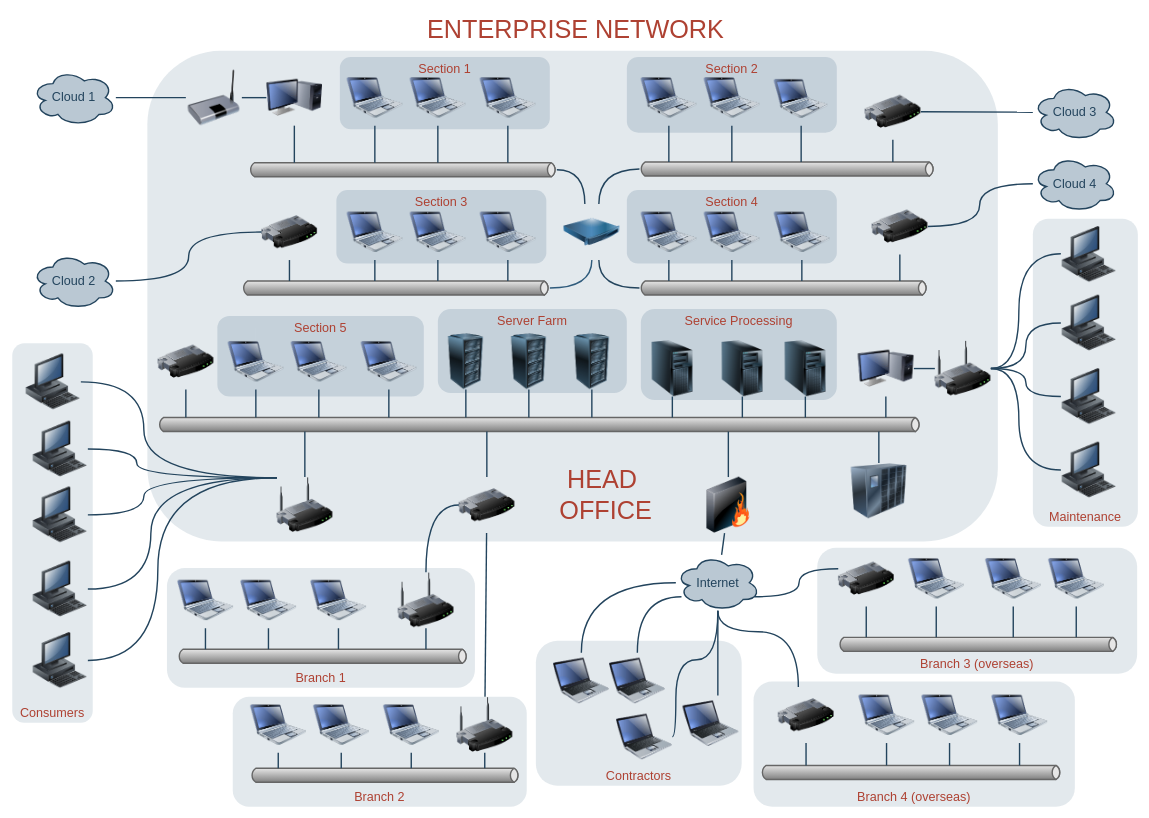
This is Untitled Diagram.drawio from MAGE-IT/Secure-Perimeter-Network-Design-Diagram, a draw.io file, before an edit. Source tidied: cells renumbered, new cells numbered last; positions are measured from the earlier drawing's top-left corner, leaving out a move shared by most shapes. Both pictures are drawn from the tidied source at 70%, with x=0, y=0 at pixel (12, 12).
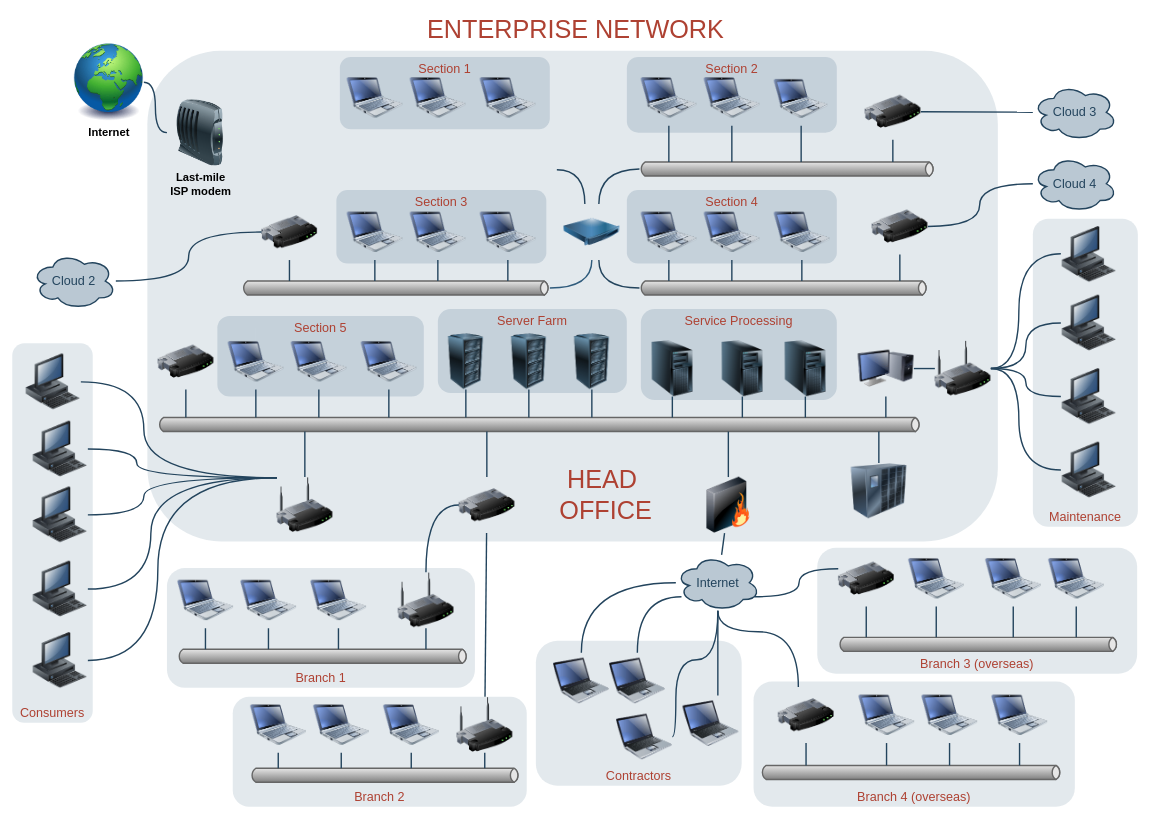
After the change.

Unchanged cells that the change refers to:
```xml
<mxCell id="24" style="image;html=1;image=img/lib/clip_art/computers/Netbook_128x128.png;shadow=0;strokeColor=#000000;fillColor=#FFFFFF;gradientColor=none;fontSize=18;fontColor=#F08705;fontStyle=0;" parent="1" vertex="1">
  <mxGeometry x="478" y="82" width="80" height="80" as="geometry" />
</mxCell>
<mxCell id="25" style="image;html=1;image=img/lib/clip_art/computers/Netbook_128x128.png;shadow=0;strokeColor=#000000;fillColor=#FFFFFF;gradientColor=none;fontSize=18;fontColor=#F08705;fontStyle=0;" parent="1" vertex="1">
  <mxGeometry x="568" y="82" width="80" height="80" as="geometry" />
</mxCell>
<mxCell id="26" style="image;html=1;image=img/lib/clip_art/computers/Netbook_128x128.png;shadow=0;strokeColor=#000000;fillColor=#FFFFFF;gradientColor=none;fontSize=18;fontColor=#F08705;fontStyle=0;" parent="1" vertex="1">
  <mxGeometry x="668" y="82" width="80" height="80" as="geometry" />
</mxCell>
<mxCell id="162" style="image;html=1;image=img/lib/clip_art/networking/Concentrator_128x128.png;shadow=0;strokeColor=#000000;fillColor=#F2F2F2;gradientColor=none;fontSize=18;fontColor=#F08705;fontStyle=0;" parent="1" vertex="1">
  <mxGeometry x="788" y="274" width="80" height="80" as="geometry" />
</mxCell>
```

Diff of the diagram source:
```diff
@@
-    <mxCell id="20" style="strokeWidth=2;strokeColor=#666666;dashed=0;align=center;html=1;fontSize=8;shape=mxgraph.eip.messageChannel;shadow=0;fillColor=#FFFFFF;gradientColor=none;fontColor=#F08705;fontStyle=0;" parent="1" vertex="1">
-      <mxGeometry x="338" y="215" width="440" height="20" as="geometry" />
-    </mxCell>
-    <mxCell id="21" style="edgeStyle=elbowEdgeStyle;strokeWidth=2;rounded=0;endArrow=none;startArrow=none;startSize=10;endSize=10;dashed=0;html=1;strokeColor=#23445D;fontSize=18;fontColor=#F08705;startFill=0;endFill=0;fontStyle=0;" parent="1" edge="1" source="24" target="20">
-      <mxGeometry relative="1" as="geometry" />
-    </mxCell>
-    <mxCell id="22" style="image;html=1;image=img/lib/clip_art/computers/Monitor_Tower_128x128.png;shadow=0;strokeColor=#000000;fillColor=#FFFFFF;gradientColor=none;fontSize=18;fontColor=#F08705;fontStyle=0;" parent="1" vertex="1">
-      <mxGeometry x="363" y="82" width="80" height="80" as="geometry" />
-    </mxCell>
-    <mxCell id="23" style="image;html=1;image=img/lib/clip_art/networking/Bridge_128x128.png;shadow=0;strokeColor=#000000;fillColor=#FFFFFF;gradientColor=none;fontSize=18;fontColor=#F08705;fontStyle=0;" parent="1" vertex="1">
-      <mxGeometry x="248" y="82" width="80" height="80" as="geometry" />
-    </mxCell>
@@
-    <mxCell id="49" value="Cloud 1" style="ellipse;shape=cloud;whiteSpace=wrap;html=1;shadow=0;strokeColor=#23445D;fillColor=#BAC8D3;gradientColor=none;fontSize=18;fontColor=#23445D;fontStyle=0;gradientDirection=north;strokeWidth=2;" parent="1" vertex="1">
-      <mxGeometry x="28" y="82" width="120" height="80" as="geometry" />
-    </mxCell>
@@
-    <mxCell id="83" style="edgeStyle=none;rounded=0;html=1;fontSize=18;fontColor=#F08705;endArrow=none;endFill=0;strokeColor=#23445D;strokeWidth=2;fontStyle=0;" parent="1" edge="1" source="22" target="23">
-      <mxGeometry relative="1" as="geometry" />
-    </mxCell>
@@
-    <mxCell id="85" style="edgeStyle=elbowEdgeStyle;strokeWidth=2;rounded=0;endArrow=none;startArrow=none;startSize=10;endSize=10;dashed=0;html=1;strokeColor=#23445D;fontSize=18;fontColor=#F08705;startFill=0;endFill=0;fontStyle=0;" parent="1" edge="1" source="25" target="20">
-      <mxGeometry relative="1" as="geometry" />
-    </mxCell>
-    <mxCell id="86" style="edgeStyle=elbowEdgeStyle;strokeWidth=2;rounded=0;endArrow=none;startArrow=none;startSize=10;endSize=10;dashed=0;html=1;strokeColor=#23445D;fontSize=18;fontColor=#F08705;startFill=0;endFill=0;fontStyle=0;" parent="1" edge="1" source="26" target="20">
-      <mxGeometry relative="1" as="geometry" />
-    </mxCell>
@@
-    <mxCell id="115" style="edgeStyle=orthogonalEdgeStyle;rounded=0;html=1;startArrow=none;startFill=0;endArrow=none;endFill=0;fontSize=18;fontColor=#F08705;strokeColor=#23445D;strokeWidth=2;curved=1;fontStyle=0;" parent="1" edge="1" source="23" target="49">
+    <mxCell id="115" style="edgeStyle=orthogonalEdgeStyle;rounded=0;html=1;startArrow=none;startFill=0;endArrow=none;endFill=0;fontSize=18;fontColor=#F08705;strokeColor=#23445D;strokeWidth=2;curved=1;fontStyle=0;entryX=1;entryY=0.5;entryDx=0;entryDy=0;exitX=0;exitY=0.5;exitDx=0;exitDy=0;" parent="1" edge="1" source="174" target="173">
       <mxGeometry relative="1" as="geometry" />
     </mxCell>
@@
-    <mxCell id="151" style="edgeStyle=elbowEdgeStyle;strokeWidth=2;rounded=0;endArrow=none;startArrow=none;startSize=10;endSize=10;dashed=0;html=1;strokeColor=#23445D;fontSize=18;fontColor=#F08705;startFill=0;endFill=0;fontStyle=0;" parent="1" edge="1" source="22" target="20">
-      <mxGeometry relative="1" as="geometry" />
-    </mxCell>
@@
-    <mxCell id="163" style="edgeStyle=orthogonalEdgeStyle;rounded=0;html=1;entryX=1;entryY=0.5;startArrow=none;startFill=0;endArrow=none;endFill=0;fontSize=18;fontColor=#F08705;strokeColor=#23445D;strokeWidth=2;curved=1;fontStyle=0;" parent="1" edge="1" source="162" target="20">
+    <mxCell id="163" style="edgeStyle=orthogonalEdgeStyle;rounded=0;html=1;entryX=1;entryY=0.5;startArrow=none;startFill=0;endArrow=none;endFill=0;fontSize=18;fontColor=#F08705;strokeColor=#23445D;strokeWidth=2;curved=1;fontStyle=0;" parent="1" edge="1" source="162">
       <mxGeometry relative="1" as="geometry">
+        <mxPoint x="778" y="225" as="targetPoint" />
         <Array as="points">
           <mxPoint x="818" y="225" />
         </Array>
       </mxGeometry>
     </mxCell>
@@
+    <mxCell id="173" value="Internet" style="image;html=1;labelBackgroundColor=none;image=img/lib/clip_art/general/Earth_globe_128x128.png;fontStyle=1;fontSize=16;" parent="1" vertex="1">
+      <mxGeometry x="88" y="45" width="100" height="110" as="geometry" />
+    </mxCell>
+    <mxCell id="174" value="Last-mile&lt;br&gt;ISP modem" style="image;html=1;labelBackgroundColor=none;image=img/lib/clip_art/networking/Modem_128x128.png;fontSize=16;fontStyle=1;" parent="1" vertex="1">
+      <mxGeometry x="221" y="124.5" width="95" height="95" as="geometry" />
+    </mxCell>
```
